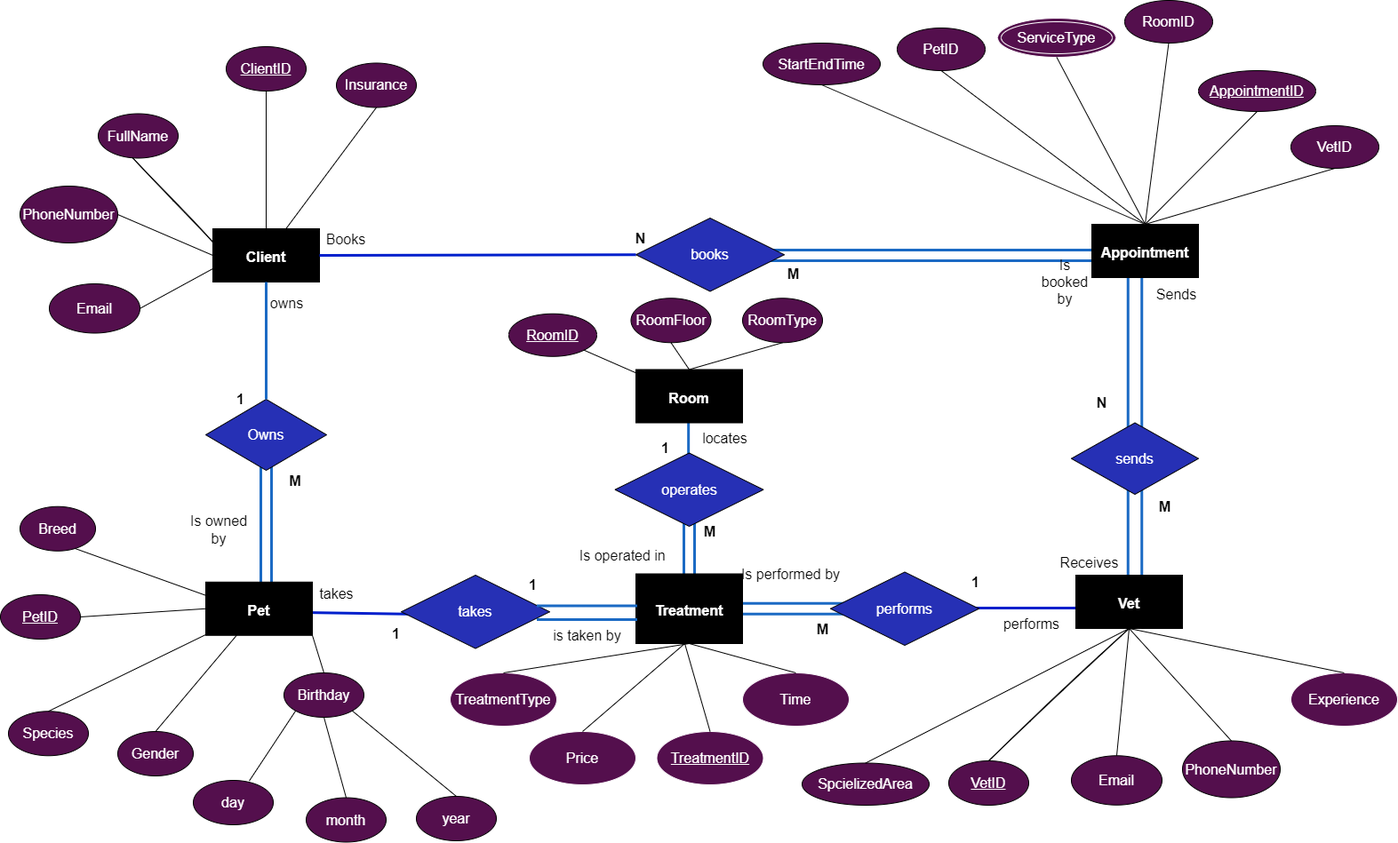
tomztz/SQL-Pet-Clinic keeps this draw.io diagram as PetClinic.drawio.png. Above is the earlier version. Source tidied: cells renumbered, new cells last; positions are measured from the earlier drawing's top-left corner, leaving out a move shared by most shapes.
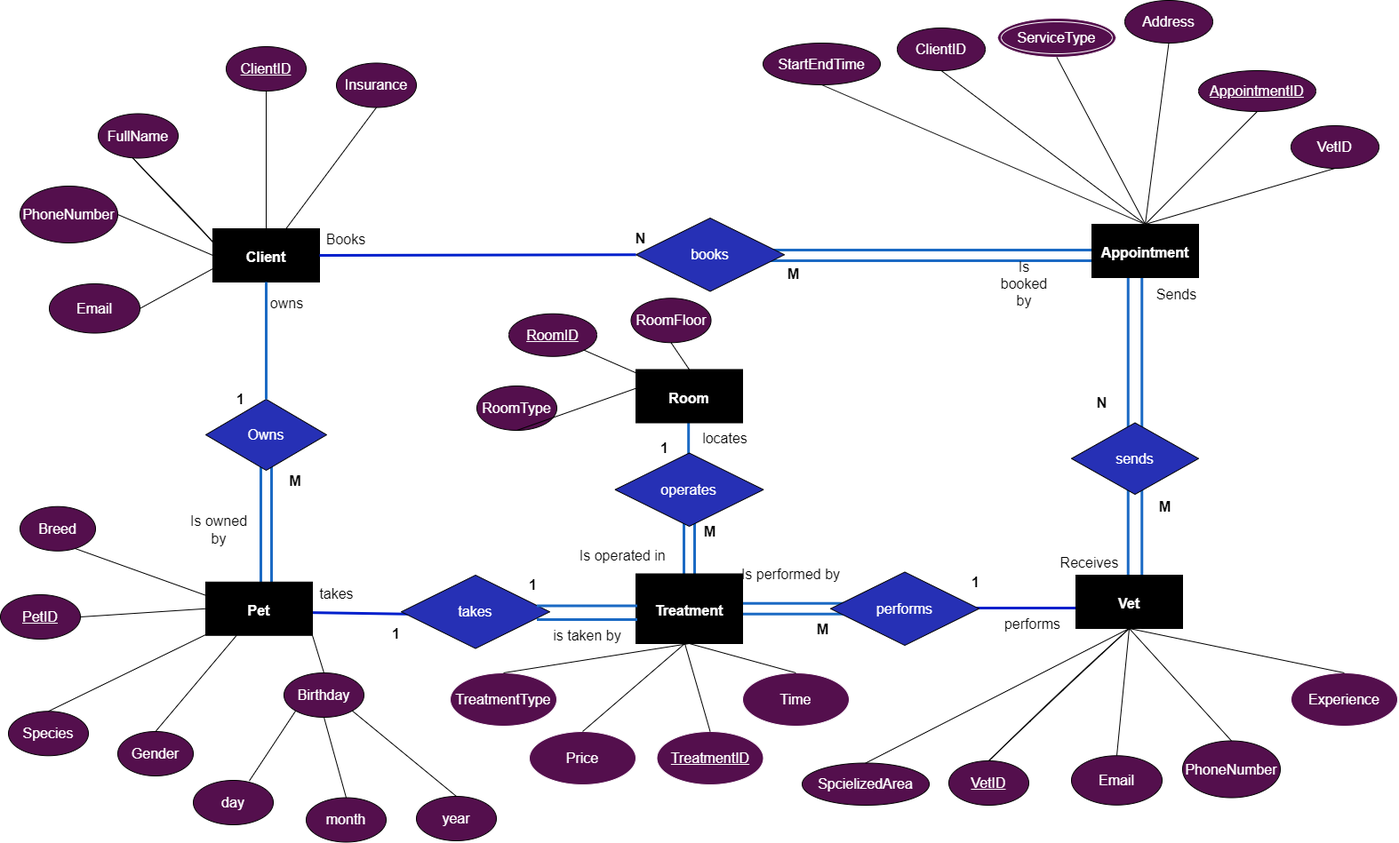
The same file after the commit.

Change to the diagram source:
```diff
@@ -177,7 +177,7 @@
       <mxGeometry x="359" y="252" width="60" height="33" as="geometry" />
     </mxCell>
     <mxCell id="57" value="Is booked by" style="text;html=1;strokeColor=none;fillColor=none;align=center;verticalAlign=middle;whiteSpace=wrap;rounded=0;labelBorderColor=none;fontSize=16;fontColor=#000000;" parent="1" vertex="1">
-      <mxGeometry x="1168" y="300" width="60" height="33" as="geometry" />
+      <mxGeometry x="1122" y="302.2" width="60" height="33" as="geometry" />
     </mxCell>
     <mxCell id="58" value="&lt;b&gt;M&lt;/b&gt;" style="text;html=1;align=center;verticalAlign=middle;strokeColor=none;fillColor=none;fontSize=16;fontColor=#000000;" parent="1" vertex="1">
       <mxGeometry x="875" y="297" width="33" height="22" as="geometry" />
@@ -206,10 +206,10 @@
     <mxCell id="66" style="endArrow=none;html=1;rounded=0;sketch=0;fontSize=16;fontColor=#000000;startSize=6;endSize=6;sourcePerimeterSpacing=0;strokeWidth=1;jumpSize=6;exitX=0.5;exitY=0;exitDx=0;exitDy=0;entryX=0.5;entryY=1;entryDx=0;entryDy=0;strokeColor=#1A1A1A;" parent="1" edge="1" source="14" target="65">
       <mxGeometry relative="1" as="geometry" />
     </mxCell>
-    <mxCell id="67" value="PetID" style="ellipse;whiteSpace=wrap;html=1;fontSize=16;fontColor=#FFFFFF;fillColor=#540F4D;" parent="1" vertex="1">
+    <mxCell id="67" value="ClientID" style="ellipse;whiteSpace=wrap;html=1;fontSize=16;fontColor=#FFFFFF;fillColor=#540F4D;" parent="1" vertex="1">
       <mxGeometry x="1009" y="31" width="99" height="48" as="geometry" />
     </mxCell>
-    <mxCell id="68" value="RoomID" style="ellipse;whiteSpace=wrap;html=1;fontSize=16;fontColor=#FFFFFF;fillColor=#540F4D;" parent="1" vertex="1">
+    <mxCell id="68" value="Address" style="ellipse;whiteSpace=wrap;html=1;fontSize=16;fontColor=#FFFFFF;fillColor=#540F4D;" parent="1" vertex="1">
       <mxGeometry x="1265" width="99" height="48" as="geometry" />
     </mxCell>
     <mxCell id="69" value="PhoneNumber" style="ellipse;whiteSpace=wrap;html=1;fontSize=16;fontColor=#FFFFFF;fillColor=#540F4D;" parent="1" vertex="1">
@@ -233,9 +233,6 @@
     <mxCell id="75" style="endArrow=none;html=1;rounded=0;shadow=0;sketch=0;fontSize=16;fontColor=#FFFFFF;startSize=6;endSize=6;sourcePerimeterSpacing=0;targetPerimeterSpacing=0;strokeColor=#000000;strokeWidth=1;jumpSize=6;exitX=0.5;exitY=0;exitDx=0;exitDy=0;entryX=0.5;entryY=1;entryDx=0;entryDy=0;" parent="1" edge="1" source="71" target="15">
       <mxGeometry relative="1" as="geometry" />
     </mxCell>
-    <mxCell id="76" value="Send" style="text;html=1;strokeColor=none;fillColor=none;align=center;verticalAlign=middle;whiteSpace=wrap;rounded=0;labelBorderColor=none;fontSize=16;fontColor=#FFFFFF;" parent="1" vertex="1">
-      <mxGeometry x="1108" y="319" width="60" height="30" as="geometry" />
-    </mxCell>
     <mxCell id="77" value="Sends" style="text;html=1;strokeColor=none;fillColor=none;align=center;verticalAlign=middle;whiteSpace=wrap;rounded=0;labelBorderColor=none;fontSize=16;fontColor=#000000;" parent="1" vertex="1">
       <mxGeometry x="1283" y="319" width="81" height="24" as="geometry" />
     </mxCell>
@@ -312,7 +309,7 @@
       <mxGeometry relative="1" as="geometry" />
     </mxCell>
     <mxCell id="102" value="RoomType" style="ellipse;whiteSpace=wrap;html=1;fontSize=16;fontColor=#FFFFFF;fillColor=#540F4D;" parent="1" vertex="1">
-      <mxGeometry x="835" y="335.2" width="90" height="50" as="geometry" />
+      <mxGeometry x="536" y="434" width="90" height="50" as="geometry" />
     </mxCell>
     <mxCell id="103" style="endArrow=none;html=1;rounded=0;shadow=0;sketch=0;fontSize=16;fontColor=#000000;startSize=6;endSize=6;sourcePerimeterSpacing=0;targetPerimeterSpacing=0;strokeColor=#000000;strokeWidth=1;jumpSize=6;entryX=0.5;entryY=0;entryDx=0;entryDy=0;exitX=0.5;exitY=1;exitDx=0;exitDy=0;" parent="1" edge="1" source="102" target="16">
       <mxGeometry relative="1" as="geometry" />
```
